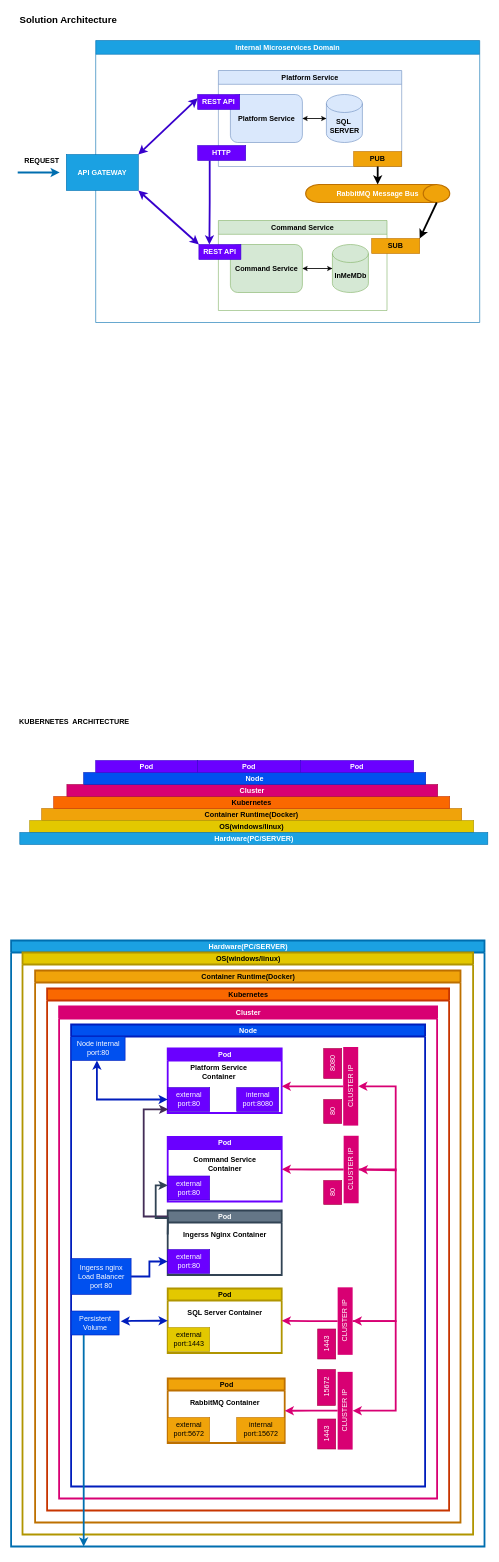
The draw.io diagram Docs/Architecture.drawio in FBicsharp/MicroserviceSample, before the edit. Source tidied: cells renumbered, new cells numbered last; positions are measured from the earlier drawing's top-left corner, leaving out a move shared by most shapes. Both pictures are drawn from the tidied source at 60%, with x=0, y=0 at pixel (11, 10).
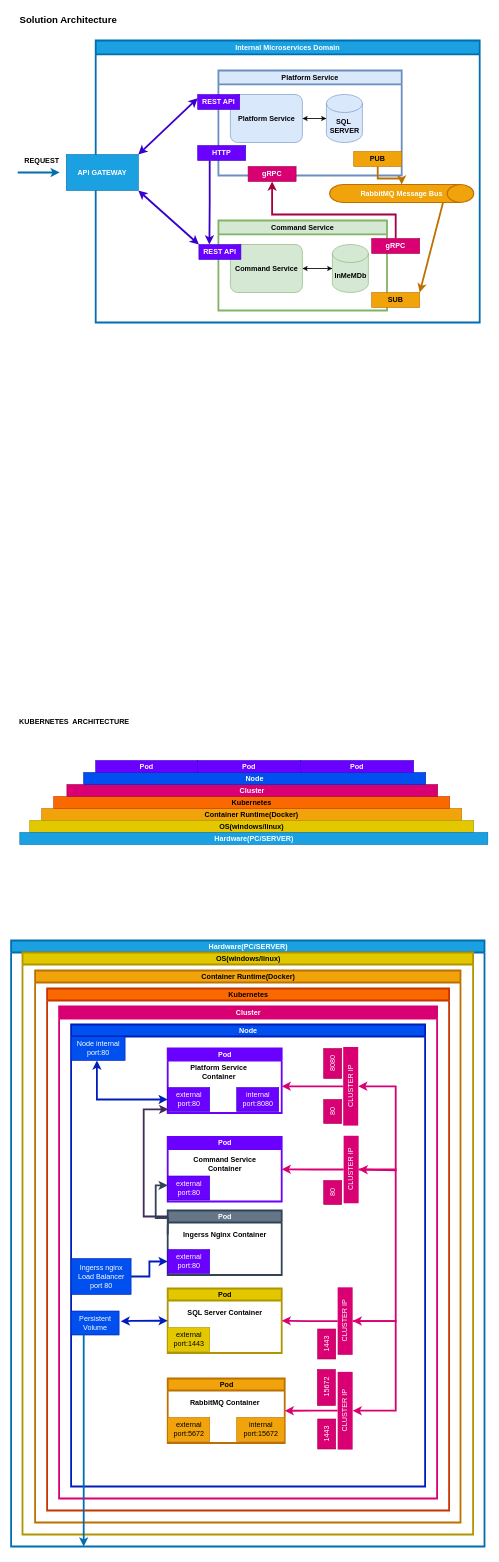
The same diagram, later.

Commit message (it also covers changes not shown here):
adding and configuring grpc service

The change refers to these unchanged cells:
```xml
<mxCell id="68" value="&lt;b&gt;PUB&lt;/b&gt;" style="rounded=0;whiteSpace=wrap;html=1;fillColor=#f0a30a;fontColor=#000000;strokeColor=#BD7000;" parent="63" vertex="1">
  <mxGeometry x="225.5" y="135" width="80" height="25" as="geometry" />
</mxCell>
```

The edit, as a diff of the source:
```diff
@@
-    <mxCell id="61" value="Internal Microservices Domain" style="swimlane;fillColor=#1ba1e2;fontColor=#ffffff;strokeColor=#006EAF;" parent="1" vertex="1">
+    <mxCell id="61" value="Internal Microservices Domain" style="swimlane;fillColor=#1ba1e2;fontColor=#ffffff;strokeColor=#006EAF;strokeWidth=3;" parent="1" vertex="1">
       <mxGeometry x="141" y="50" width="640" height="470" as="geometry" />
     </mxCell>
@@
-    <mxCell id="63" value="Platform Service" style="swimlane;fillColor=#dae8fc;strokeColor=#6c8ebf;" parent="61" vertex="1">
-      <mxGeometry x="204.5" y="50" width="305.5" height="160" as="geometry" />
+    <mxCell id="63" value="Platform Service" style="swimlane;fillColor=#dae8fc;strokeColor=#6c8ebf;strokeWidth=3;" parent="61" vertex="1">
+      <mxGeometry x="204.5" y="50" width="305.5" height="175" as="geometry" />
     </mxCell>
@@
+    <mxCell id="87" value="&lt;b&gt;gRPC&lt;/b&gt;" style="rounded=0;whiteSpace=wrap;html=1;fillColor=#d80073;fontColor=#ffffff;strokeColor=#A50040;" parent="63" vertex="1">
+      <mxGeometry x="49.5" y="160" width="80" height="25" as="geometry" />
+    </mxCell>
-    <mxCell id="69" value="Command Service" style="swimlane;fillColor=#d5e8d4;strokeColor=#82b366;" parent="61" vertex="1">
+    <mxCell id="69" value="Command Service" style="swimlane;fillColor=#d5e8d4;strokeColor=#82b366;strokeWidth=3;" parent="61" vertex="1">
       <mxGeometry x="204.5" y="300" width="281" height="150" as="geometry" />
     </mxCell>
@@
     <mxCell id="74" value="&lt;b&gt;RabbitMQ Message Bus&lt;/b&gt;" style="strokeWidth=2;html=1;shape=mxgraph.flowchart.direct_data;whiteSpace=wrap;fillColor=#f0a30a;fontColor=#FFFFFF;strokeColor=#BD7000;" parent="61" vertex="1">
-      <mxGeometry x="350" y="240" width="240" height="30" as="geometry" />
+      <mxGeometry x="390" y="240" width="240" height="30" as="geometry" />
     </mxCell>
@@
-    <mxCell id="81" style="edgeStyle=orthogonalEdgeStyle;rounded=0;jettySize=auto;html=1;strokeWidth=3;fontSize=16;fontColor=#000000;" parent="61" edge="1" source="68" target="74">
+    <mxCell id="81" style="edgeStyle=orthogonalEdgeStyle;rounded=0;jettySize=auto;html=1;strokeWidth=3;fontSize=16;fontColor=#000000;fillColor=#f0a30a;strokeColor=#BD7000;" parent="61" edge="1" source="68" target="74">
       <mxGeometry relative="1" as="geometry" />
     </mxCell>
     <mxCell id="82" value="&lt;b&gt;SUB&lt;/b&gt;" style="rounded=0;whiteSpace=wrap;html=1;fillColor=#f0a30a;fontColor=#000000;strokeColor=#BD7000;" parent="61" vertex="1">
-      <mxGeometry x="460" y="330" width="80" height="25" as="geometry" />
+      <mxGeometry x="460" y="420" width="80" height="25" as="geometry" />
     </mxCell>
-    <mxCell id="83" style="endArrow=classic;html=1;rounded=0;strokeWidth=3;fontSize=16;fontColor=#000000;exitX=0.91;exitY=1;exitDx=0;exitDy=0;exitPerimeter=0;entryX=1;entryY=0;entryDx=0;entryDy=0;" parent="61" edge="1" source="74" target="82">
+    <mxCell id="83" style="endArrow=classic;html=1;rounded=0;strokeWidth=3;fontSize=16;fontColor=#000000;exitX=0.788;exitY=0.967;exitDx=0;exitDy=0;exitPerimeter=0;entryX=1;entryY=0;entryDx=0;entryDy=0;fillColor=#f0a30a;strokeColor=#BD7000;" parent="61" edge="1" source="74" target="82">
       <mxGeometry relative="1" as="geometry" />
     </mxCell>
+    <mxCell id="88" style="edgeStyle=orthogonalEdgeStyle;rounded=0;jettySize=auto;html=1;entryX=0.5;entryY=1;entryDx=0;entryDy=0;strokeWidth=3;fontSize=16;fontColor=#000000;fillColor=#d80073;strokeColor=#A50040;" parent="61" edge="1" source="89" target="87">
+      <mxGeometry relative="1" as="geometry">
+        <Array as="points">
+          <mxPoint x="500" y="290" />
+          <mxPoint x="294" y="290" />
+        </Array>
+      </mxGeometry>
+    </mxCell>
+    <mxCell id="89" value="&lt;b&gt;gRPC&lt;/b&gt;" style="rounded=0;whiteSpace=wrap;html=1;fillColor=#d80073;fontColor=#ffffff;strokeColor=#A50040;" parent="61" vertex="1">
+      <mxGeometry x="460" y="330" width="80" height="25" as="geometry" />
+    </mxCell>
```
